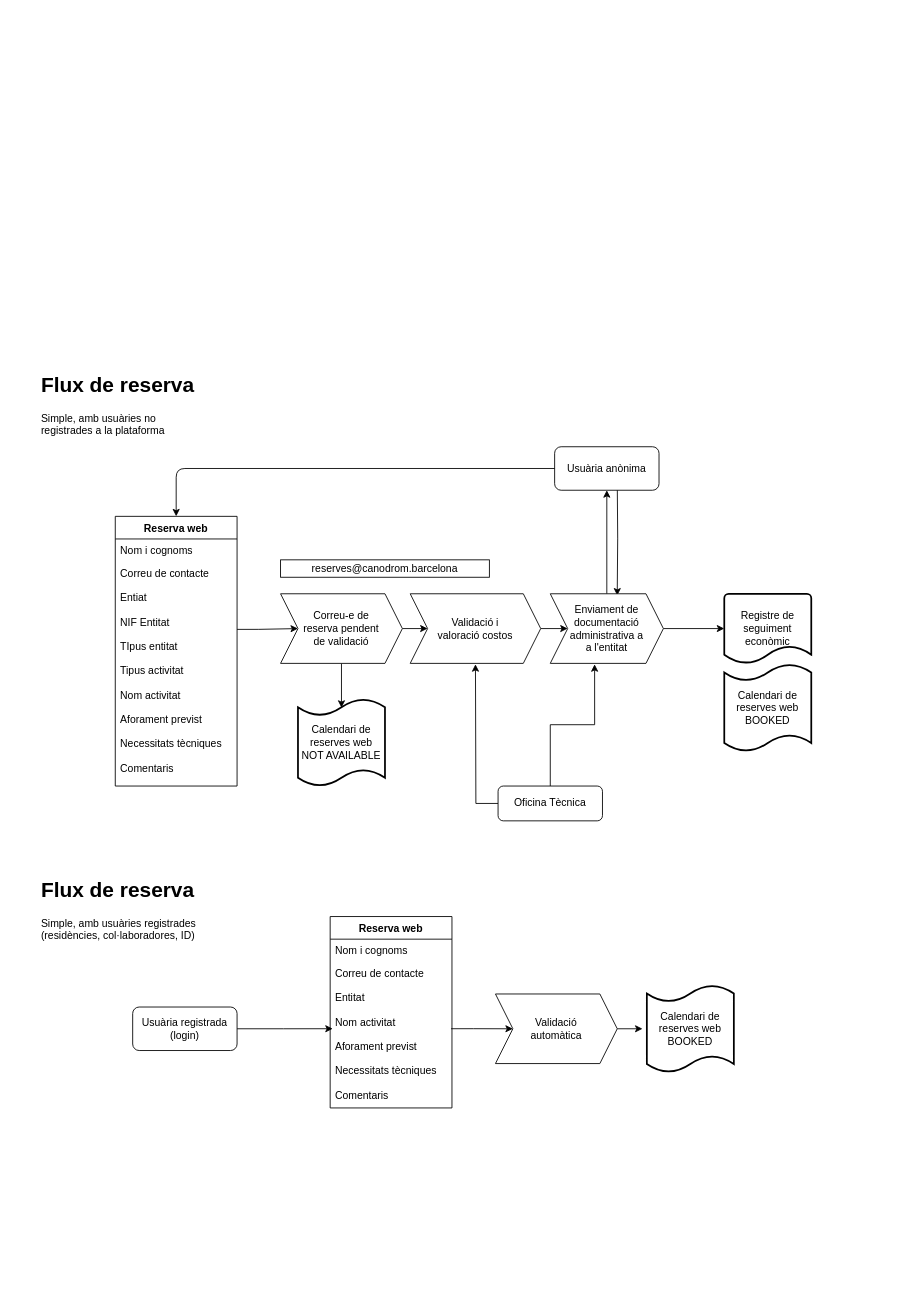
Above: ReservesCanodrom.drawio in nuria-alonso/diagrames (draw.io), before the change. Source tidied: cells renumbered, new cells numbered last; positions are measured from the earlier drawing's top-left corner, leaving out a move shared by most shapes. Both pictures are drawn from the tidied source at 87%, with x=0, y=0 at pixel (37, 368).
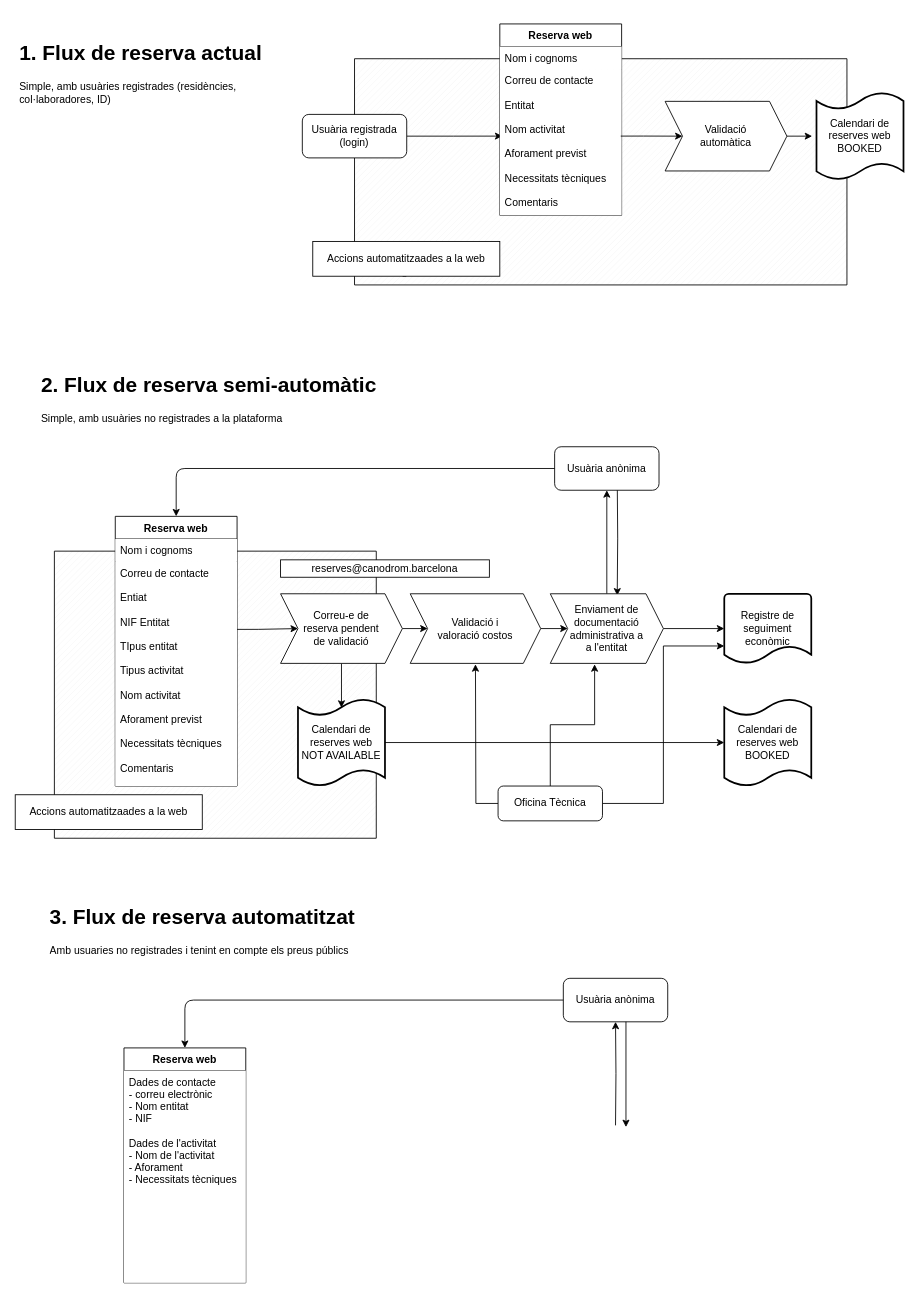
The same diagram, later.

The change refers to these unchanged cells:
```xml
<mxCell id="6" value="Reserva web" style="swimlane;fontStyle=1;horizontal=1;startSize=26;" parent="1" vertex="1">
  <mxGeometry x="90" y="170" width="140" height="310" as="geometry" />
</mxCell>
<mxCell id="17" value="Oficina Tècnica" style="rounded=1;whiteSpace=wrap;html=1;" parent="1" vertex="1">
  <mxGeometry x="530" y="480" width="120" height="40" as="geometry" />
</mxCell>
<mxCell id="22" value="Registre de seguiment econòmic" style="strokeWidth=2;html=1;shape=mxgraph.flowchart.document2;whiteSpace=wrap;size=0.25;" parent="1" vertex="1">
  <mxGeometry x="790" y="259" width="100" height="80" as="geometry" />
</mxCell>
<mxCell id="33" value="&lt;div&gt;Calendari de reserves web&lt;/div&gt;&lt;div&gt;NOT AVAILABLE&lt;br&gt;&lt;/div&gt;" style="shape=tape;whiteSpace=wrap;html=1;strokeWidth=2;size=0.19;" parent="1" vertex="1">
  <mxGeometry x="300" y="380" width="100" height="100" as="geometry" />
</mxCell>
```

Change to the diagram source:
```diff
@@
+    <mxCell id="35" style="verticalLabelPosition=bottom;verticalAlign=top;html=1;shape=mxgraph.basic.patternFillRect;fillStyle=diag;step=5;fillStrokeWidth=0.2;fillStrokeColor=#dddddd;" parent="1" vertex="1">
+      <mxGeometry x="365" y="-356" width="566" height="260" as="geometry" />
+    </mxCell>
+    <mxCell id="36" style="edgeStyle=orthogonalEdgeStyle;rounded=0;jettySize=auto;html=1;exitX=0.5;exitY=1;exitDx=0;exitDy=0;entryX=0.098;entryY=0.875;entryDx=0;entryDy=0;entryPerimeter=0;" parent="1" edge="1" source="37" target="35">
+      <mxGeometry relative="1" as="geometry" />
+    </mxCell>
+    <mxCell id="37" value="Accions automatitzaades a la web" style="rounded=0;whiteSpace=wrap;html=1;fillColor=#ffffff;" parent="1" vertex="1">
+      <mxGeometry x="317" y="-146" width="215" height="40" as="geometry" />
+    </mxCell>
+    <mxCell id="38" style="verticalLabelPosition=bottom;verticalAlign=top;html=1;shape=mxgraph.basic.patternFillRect;fillStyle=diag;step=5;fillStrokeWidth=0.2;fillStrokeColor=#dddddd;" parent="1" vertex="1">
+      <mxGeometry x="20" y="210" width="370" height="330" as="geometry" />
+    </mxCell>
-    <mxCell id="2" value="&lt;h1&gt;Flux de reserva&lt;/h1&gt;&lt;div&gt;Simple, amb usuàries no registrades a la plataforma&lt;br&gt;&lt;/div&gt;" style="text;html=1;strokeColor=none;fillColor=none;spacing=5;spacingTop=-20;whiteSpace=wrap;overflow=hidden;rounded=0;" parent="1" vertex="1">
-      <mxGeometry width="190" height="120" as="geometry" />
+    <mxCell id="2" value="&lt;h1&gt;2. Flux de reserva semi-automàtic&lt;br&gt;&lt;/h1&gt;&lt;div&gt;Simple, amb usuàries no registrades a la plataforma&lt;br&gt;&lt;/div&gt;" style="text;html=1;strokeColor=none;fillColor=none;spacing=5;spacingTop=-20;whiteSpace=wrap;overflow=hidden;rounded=0;" parent="1" vertex="1">
+      <mxGeometry width="435" height="120" as="geometry" />
     </mxCell>
@@
-    <mxCell id="7" value="Nom i cognoms" style="text;strokeColor=none;fillColor=none;align=left;verticalAlign=top;spacingLeft=4;spacingRight=4;overflow=hidden;" parent="6" vertex="1">
+    <mxCell id="7" value="Nom i cognoms" style="text;strokeColor=none;align=left;verticalAlign=top;spacingLeft=4;spacingRight=4;overflow=hidden;fillColor=#ffffff;" parent="6" vertex="1">
       <mxGeometry y="26" width="140" height="26" as="geometry" />
     </mxCell>
-    <mxCell id="8" value="Correu de contacte&#10;&#10;Entiat&#10;&#10;NIF Entitat&#10;&#10;TIpus entitat&#10;&#10;Tipus activitat&#10;&#10;Nom activitat&#10;&#10;Aforament previst&#10;&#10;Necessitats tècniques&#10;&#10;Comentaris&#10;" style="text;strokeColor=none;fillColor=none;align=left;verticalAlign=top;spacingLeft=4;spacingRight=4;overflow=hidden;points=[[0,0.5],[1,0.5]];portConstraint=eastwest;" parent="6" vertex="1">
+    <mxCell id="8" value="Correu de contacte&#10;&#10;Entiat&#10;&#10;NIF Entitat&#10;&#10;TIpus entitat&#10;&#10;Tipus activitat&#10;&#10;Nom activitat&#10;&#10;Aforament previst&#10;&#10;Necessitats tècniques&#10;&#10;Comentaris&#10;" style="text;align=left;verticalAlign=top;spacingLeft=4;spacingRight=4;overflow=hidden;points=[[0,0.5],[1,0.5]];portConstraint=eastwest;fillColor=#ffffff;" parent="6" vertex="1">
       <mxGeometry y="52" width="140" height="258" as="geometry" />
     </mxCell>
@@
+    <mxCell id="39" style="edgeStyle=orthogonalEdgeStyle;rounded=0;jettySize=auto;html=1;exitX=1;exitY=0.5;exitDx=0;exitDy=0;entryX=0;entryY=0.75;entryDx=0;entryDy=0;entryPerimeter=0;" parent="1" edge="1" source="17" target="22">
+      <mxGeometry relative="1" as="geometry" />
+    </mxCell>
@@
-    <mxCell id="23" value="&lt;h1&gt;Flux de reserva&lt;/h1&gt;&lt;div&gt;Simple, amb usuàries registrades (residències, col·laboradores, ID)&lt;br&gt;&lt;/div&gt;" style="text;html=1;strokeColor=none;fillColor=none;spacing=5;spacingTop=-20;whiteSpace=wrap;overflow=hidden;rounded=0;" parent="1" vertex="1">
-      <mxGeometry y="580" width="190" height="120" as="geometry" />
+    <mxCell id="23" value="&lt;br&gt;&lt;h1&gt;1. Flux de reserva actual&lt;br&gt;&lt;/h1&gt;&lt;div&gt;Simple, amb usuàries registrades (residències, col·laboradores, ID)&lt;br&gt;&lt;/div&gt;" style="text;html=1;strokeColor=none;fillColor=none;spacing=5;spacingTop=-20;whiteSpace=wrap;overflow=hidden;rounded=0;" parent="1" vertex="1">
+      <mxGeometry x="-25" y="-396" width="300" height="120" as="geometry" />
     </mxCell>
@@
     <mxCell id="25" value="Usuària registrada (login)" style="rounded=1;whiteSpace=wrap;html=1;" parent="1" vertex="1">
-      <mxGeometry x="110" y="734" width="120" height="50" as="geometry" />
+      <mxGeometry x="305" y="-292" width="120" height="50" as="geometry" />
     </mxCell>
     <mxCell id="26" value="Reserva web" style="swimlane;fontStyle=1;horizontal=1;startSize=26;" parent="1" vertex="1">
-      <mxGeometry x="337" y="630" width="140" height="220" as="geometry" />
+      <mxGeometry x="532" y="-396" width="140" height="220" as="geometry" />
     </mxCell>
-    <mxCell id="27" value="Nom i cognoms" style="text;strokeColor=none;fillColor=none;align=left;verticalAlign=top;spacingLeft=4;spacingRight=4;overflow=hidden;" parent="26" vertex="1">
+    <mxCell id="27" value="Nom i cognoms" style="text;strokeColor=none;align=left;verticalAlign=top;spacingLeft=4;spacingRight=4;overflow=hidden;fillColor=#ffffff;" parent="26" vertex="1">
       <mxGeometry y="26" width="140" height="26" as="geometry" />
     </mxCell>
-    <mxCell id="28" value="Correu de contacte&#10;&#10;Entitat&#10;&#10;Nom activitat&#10;&#10;Aforament previst&#10;&#10;Necessitats tècniques&#10;&#10;Comentaris&#10;" style="text;strokeColor=none;fillColor=none;align=left;verticalAlign=top;spacingLeft=4;spacingRight=4;overflow=hidden;points=[[0,0.5],[1,0.5]];portConstraint=eastwest;" parent="26" vertex="1">
+    <mxCell id="28" value="Correu de contacte&#10;&#10;Entitat&#10;&#10;Nom activitat&#10;&#10;Aforament previst&#10;&#10;Necessitats tècniques&#10;&#10;Comentaris&#10;" style="text;strokeColor=none;align=left;verticalAlign=top;spacingLeft=4;spacingRight=4;overflow=hidden;points=[[0,0.5],[1,0.5]];portConstraint=eastwest;fillColor=#ffffff;" parent="26" vertex="1">
       <mxGeometry y="52" width="140" height="168" as="geometry" />
     </mxCell>
     <mxCell id="29" style="edgeStyle=orthogonalEdgeStyle;rounded=0;jettySize=auto;html=1;exitX=1;exitY=0.5;exitDx=0;exitDy=0;entryX=0;entryY=0.5;entryDx=0;entryDy=0;" parent="1" edge="1" source="30">
       <mxGeometry relative="1" as="geometry">
-        <mxPoint x="696" y="759" as="targetPoint" />
+        <mxPoint x="891" y="-267" as="targetPoint" />
       </mxGeometry>
     </mxCell>
     <mxCell id="30" value="Validació &lt;br&gt;automàtica" style="shape=step;perimeter=stepPerimeter;whiteSpace=wrap;html=1;fixedSize=1;" parent="1" vertex="1">
-      <mxGeometry x="527" y="719" width="140" height="80" as="geometry" />
+      <mxGeometry x="722" y="-307" width="140" height="80" as="geometry" />
     </mxCell>
@@
     <mxCell id="32" value="&lt;div&gt;Calendari de reserves web&lt;/div&gt;&lt;div&gt;BOOKED&lt;br&gt;&lt;/div&gt;" style="shape=tape;whiteSpace=wrap;html=1;strokeWidth=2;size=0.19;" parent="1" vertex="1">
-      <mxGeometry x="790" y="340" width="100" height="100" as="geometry" />
+      <mxGeometry x="790" y="380" width="100" height="100" as="geometry" />
     </mxCell>
+    <mxCell id="40" style="edgeStyle=orthogonalEdgeStyle;rounded=0;jettySize=auto;html=1;exitX=1;exitY=0.5;exitDx=0;exitDy=0;exitPerimeter=0;entryX=0;entryY=0.5;entryDx=0;entryDy=0;entryPerimeter=0;" parent="1" edge="1" source="33" target="32">
+      <mxGeometry relative="1" as="geometry" />
+    </mxCell>
@@
     <mxCell id="34" value="&lt;div&gt;Calendari de reserves web&lt;/div&gt;&lt;div&gt;BOOKED&lt;br&gt;&lt;/div&gt;" style="shape=tape;whiteSpace=wrap;html=1;strokeWidth=2;size=0.19;" parent="1" vertex="1">
-      <mxGeometry x="701" y="709" width="100" height="100" as="geometry" />
+      <mxGeometry x="896" y="-317" width="100" height="100" as="geometry" />
     </mxCell>
+    <mxCell id="41" value="Accions automatitzaades a la web" style="rounded=0;whiteSpace=wrap;html=1;fillColor=#ffffff;" parent="1" vertex="1">
+      <mxGeometry x="-25" y="490" width="215" height="40" as="geometry" />
+    </mxCell>
+    <mxCell id="42" value="&lt;h1&gt;3. Flux de reserva automatitzat&lt;br&gt;&lt;/h1&gt;&lt;div&gt;Amb usuaries no registrades i tenint en compte els preus públics&lt;br&gt;&lt;/div&gt;" style="text;html=1;strokeColor=none;fillColor=none;spacing=5;spacingTop=-20;whiteSpace=wrap;overflow=hidden;rounded=0;" parent="1" vertex="1">
+      <mxGeometry x="10" y="611" width="435" height="120" as="geometry" />
+    </mxCell>
+    <mxCell id="43" style="edgeStyle=orthogonalEdgeStyle;rounded=0;orthogonalLoop=1;jettySize=auto;html=1;entryX=0.592;entryY=0.025;entryDx=0;entryDy=0;entryPerimeter=0;" parent="1" edge="1">
+      <mxGeometry relative="1" as="geometry">
+        <mxPoint x="677" y="741" as="sourcePoint" />
+        <mxPoint x="677" y="872" as="targetPoint" />
+      </mxGeometry>
+    </mxCell>
+    <mxCell id="44" value="Usuària anònima" style="rounded=1;whiteSpace=wrap;html=1;" parent="1" vertex="1">
+      <mxGeometry x="605" y="701" width="120" height="50" as="geometry" />
+    </mxCell>
+    <mxCell id="45" style="endArrow=classic;html=1;exitX=0;exitY=0.5;exitDx=0;exitDy=0;" parent="1" edge="1" source="44">
+      <mxGeometry relative="1" as="geometry">
+        <mxPoint x="170" y="781" as="targetPoint" />
+        <Array as="points">
+          <mxPoint x="170" y="726" />
+        </Array>
+      </mxGeometry>
+    </mxCell>
+    <mxCell id="46" value="Reserva web" style="swimlane;fontStyle=1;horizontal=1;startSize=26;" parent="1" vertex="1">
+      <mxGeometry x="100" y="781" width="140" height="270" as="geometry" />
+    </mxCell>
+    <mxCell id="47" value="Dades de contacte&#10;- correu electrònic&#10;- Nom entitat&#10;- NIF&#10;&#10;Dades de l'activitat&#10;- Nom de l'activitat&#10;- Aforament&#10;- Necessitats tècniques&#10;" style="text;strokeColor=none;align=left;verticalAlign=top;spacingLeft=4;spacingRight=4;overflow=hidden;fillColor=#ffffff;" parent="46" vertex="1">
+      <mxGeometry y="26" width="140" height="244" as="geometry" />
+    </mxCell>
+    <mxCell id="48" style="edgeStyle=orthogonalEdgeStyle;rounded=0;jettySize=auto;html=1;exitX=0.5;exitY=0;exitDx=0;exitDy=0;" parent="1" edge="1" target="44">
+      <mxGeometry relative="1" as="geometry">
+        <mxPoint x="665" y="870" as="sourcePoint" />
+      </mxGeometry>
+    </mxCell>
```
